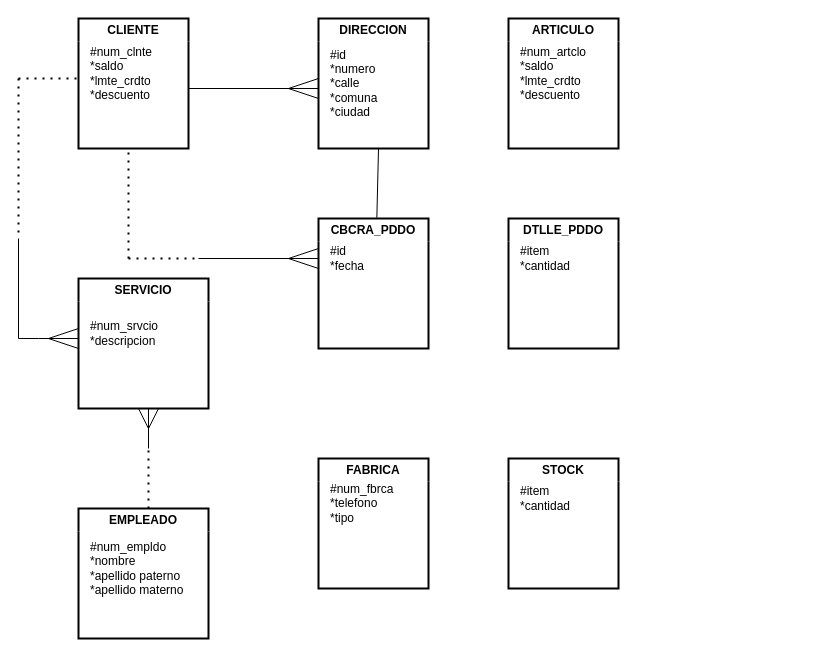
This is page "ej1" (1 of 2) of practica2_ej1.drawio from AlexisEV/diagramas-er, a draw.io file, before an edit. Source tidied: cells renumbered, new cells numbered last; positions are measured from the earlier drawing's top-left corner, leaving out a move shared by most shapes. Both pictures are drawn from the tidied source at 100%, with x=0, y=0 at pixel (18, 18).
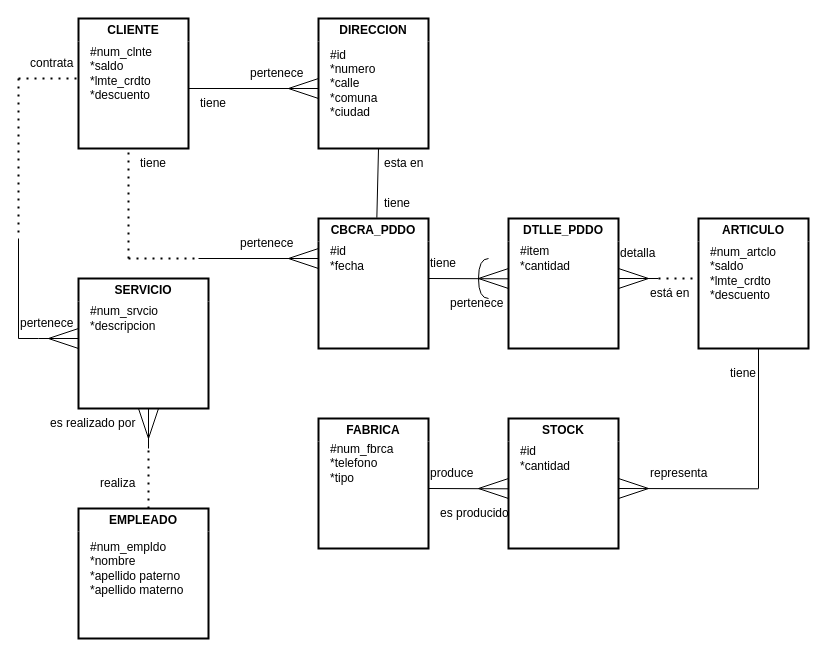
Above is the later version.

Unchanged cells that the change refers to:
```xml
<mxCell id="6" value="SERVICIO" style="swimlane;whiteSpace=wrap;html=1;perimeterSpacing=7;strokeWidth=2;swimlaneLine=0;glass=0;fillColor=none;strokeColor=#000000;" parent="1" vertex="1">
  <mxGeometry x="60" y="260" width="130" height="130" as="geometry" />
</mxCell>
```

What changed in the source:
```diff
@@
     <mxCell id="4" value="ARTICULO" style="swimlane;whiteSpace=wrap;html=1;perimeterSpacing=7;strokeWidth=2;swimlaneLine=0;glass=0;fillColor=none;strokeColor=#000000;" parent="1" vertex="1">
-      <mxGeometry x="490" width="110" height="130" as="geometry" />
+      <mxGeometry x="680" y="200" width="110" height="130" as="geometry" />
     </mxCell>
@@
     <mxCell id="7" value="#num_srvcio&lt;br&gt;*descripcion" style="text;html=1;align=left;verticalAlign=middle;strokeColor=none;fillColor=none;" parent="6" vertex="1">
-      <mxGeometry x="10" y="35" width="90" height="40" as="geometry" />
+      <mxGeometry x="10" y="20" width="90" height="40" as="geometry" />
     </mxCell>
@@
     <mxCell id="14" value="FABRICA" style="swimlane;whiteSpace=wrap;html=1;perimeterSpacing=7;strokeWidth=2;swimlaneLine=0;glass=0;fillColor=none;strokeColor=#000000;" parent="1" vertex="1">
-      <mxGeometry x="300" y="440" width="110" height="130" as="geometry" />
+      <mxGeometry x="300" y="400" width="110" height="130" as="geometry" />
     </mxCell>
@@
     <mxCell id="16" value="STOCK" style="swimlane;whiteSpace=wrap;html=1;perimeterSpacing=7;strokeWidth=2;swimlaneLine=0;glass=0;fillColor=none;strokeColor=#000000;" parent="1" vertex="1">
-      <mxGeometry x="490" y="440" width="110" height="130" as="geometry" />
+      <mxGeometry x="490" y="400" width="110" height="130" as="geometry" />
     </mxCell>
-    <mxCell id="17" value="#item&lt;br&gt;*cantidad" style="text;html=1;align=left;verticalAlign=middle;strokeColor=none;fillColor=none;" parent="16" vertex="1">
+    <mxCell id="17" value="#id&lt;br&gt;*cantidad" style="text;html=1;align=left;verticalAlign=middle;strokeColor=none;fillColor=none;" parent="16" vertex="1">
       <mxGeometry x="10" y="20" width="70" height="40" as="geometry" />
     </mxCell>
@@
     <mxCell id="36" style="endArrow=none;html=1;rounded=0;" parent="1" edge="1">
       <mxGeometry relative="1" as="geometry">
-        <mxPoint x="130" y="410" as="sourcePoint" />
+        <mxPoint x="130" y="420" as="sourcePoint" />
         <mxPoint x="140" y="390" as="targetPoint" />
       </mxGeometry>
     </mxCell>
     <mxCell id="37" style="endArrow=none;html=1;rounded=0;" parent="1" edge="1">
       <mxGeometry relative="1" as="geometry">
-        <mxPoint x="130" y="410" as="sourcePoint" />
+        <mxPoint x="130" y="420" as="sourcePoint" />
         <mxPoint x="120" y="390" as="targetPoint" />
       </mxGeometry>
     </mxCell>
@@
+    <mxCell id="39" style="endArrow=none;html=1;rounded=0;" parent="1" edge="1">
+      <mxGeometry relative="1" as="geometry">
+        <mxPoint x="630" y="260" as="sourcePoint" />
+        <mxPoint x="600" y="250" as="targetPoint" />
+      </mxGeometry>
+    </mxCell>
+    <mxCell id="40" style="endArrow=none;html=1;rounded=0;" parent="1" edge="1">
+      <mxGeometry relative="1" as="geometry">
+        <mxPoint x="600" y="260" as="sourcePoint" />
+        <mxPoint x="640" y="260" as="targetPoint" />
+      </mxGeometry>
+    </mxCell>
+    <mxCell id="41" style="endArrow=none;html=1;rounded=0;" parent="1" edge="1">
+      <mxGeometry relative="1" as="geometry">
+        <mxPoint x="410" y="260" as="sourcePoint" />
+        <mxPoint x="490" y="260.3" as="targetPoint" />
+      </mxGeometry>
+    </mxCell>
+    <mxCell id="42" style="endArrow=none;html=1;rounded=0;" parent="1" edge="1">
+      <mxGeometry relative="1" as="geometry">
+        <mxPoint x="460" y="260" as="sourcePoint" />
+        <mxPoint x="490" y="250" as="targetPoint" />
+      </mxGeometry>
+    </mxCell>
+    <mxCell id="43" style="endArrow=none;html=1;rounded=0;" parent="1" edge="1">
+      <mxGeometry relative="1" as="geometry">
+        <mxPoint x="490" y="270" as="sourcePoint" />
+        <mxPoint x="460" y="260" as="targetPoint" />
+      </mxGeometry>
+    </mxCell>
+    <mxCell id="44" style="endArrow=none;dashed=1;html=1;dashPattern=1 3;strokeWidth=2;rounded=0;" parent="1" edge="1">
+      <mxGeometry relative="1" as="geometry">
+        <mxPoint x="640" y="260" as="sourcePoint" />
+        <mxPoint x="680" y="260" as="targetPoint" />
+      </mxGeometry>
+    </mxCell>
+    <mxCell id="45" style="endArrow=none;html=1;rounded=0;" parent="1" edge="1">
+      <mxGeometry relative="1" as="geometry">
+        <mxPoint x="630" y="260" as="sourcePoint" />
+        <mxPoint x="600" y="270" as="targetPoint" />
+      </mxGeometry>
+    </mxCell>
+    <mxCell id="46" style="endArrow=none;html=1;rounded=0;" parent="1" edge="1">
+      <mxGeometry relative="1" as="geometry">
+        <mxPoint x="740" y="470" as="sourcePoint" />
+        <mxPoint x="740" y="330" as="targetPoint" />
+      </mxGeometry>
+    </mxCell>
+    <mxCell id="47" style="endArrow=none;html=1;rounded=0;" parent="1" edge="1">
+      <mxGeometry relative="1" as="geometry">
+        <mxPoint x="600" y="470" as="sourcePoint" />
+        <mxPoint x="740" y="470.3" as="targetPoint" />
+      </mxGeometry>
+    </mxCell>
+    <mxCell id="48" style="endArrow=none;html=1;rounded=0;" parent="1" edge="1">
+      <mxGeometry relative="1" as="geometry">
+        <mxPoint x="630" y="470" as="sourcePoint" />
+        <mxPoint x="600" y="460" as="targetPoint" />
+      </mxGeometry>
+    </mxCell>
+    <mxCell id="49" style="endArrow=none;html=1;rounded=0;" parent="1" edge="1">
+      <mxGeometry relative="1" as="geometry">
+        <mxPoint x="630" y="470" as="sourcePoint" />
+        <mxPoint x="600" y="480" as="targetPoint" />
+      </mxGeometry>
+    </mxCell>
+    <mxCell id="50" style="endArrow=none;html=1;rounded=0;" parent="1" edge="1">
+      <mxGeometry relative="1" as="geometry">
+        <mxPoint x="490" y="480" as="sourcePoint" />
+        <mxPoint x="460" y="470" as="targetPoint" />
+      </mxGeometry>
+    </mxCell>
+    <mxCell id="51" style="endArrow=none;html=1;rounded=0;" parent="1" edge="1">
+      <mxGeometry relative="1" as="geometry">
+        <mxPoint x="460" y="470" as="sourcePoint" />
+        <mxPoint x="490" y="460" as="targetPoint" />
+      </mxGeometry>
+    </mxCell>
+    <mxCell id="52" style="endArrow=none;html=1;rounded=0;" parent="1" edge="1">
+      <mxGeometry relative="1" as="geometry">
+        <mxPoint x="410" y="470" as="sourcePoint" />
+        <mxPoint x="490" y="470.3" as="targetPoint" />
+      </mxGeometry>
+    </mxCell>
+    <mxCell id="53" style="endArrow=none;html=1;rounded=0;edgeStyle=orthogonalEdgeStyle;curved=1;" parent="1" edge="1">
+      <mxGeometry relative="1" as="geometry">
+        <mxPoint x="470" y="280" as="sourcePoint" />
+        <mxPoint x="470" y="240" as="targetPoint" />
+        <Array as="points">
+          <mxPoint x="460" y="280" />
+          <mxPoint x="460" y="240" />
+        </Array>
+      </mxGeometry>
+    </mxCell>
+    <mxCell id="54" value="tiene" style="text;html=1;align=left;verticalAlign=middle;strokeColor=none;fillColor=none;" parent="1" vertex="1">
+      <mxGeometry x="180" y="70" width="50" height="30" as="geometry" />
+    </mxCell>
+    <mxCell id="55" value="pertenece" style="text;html=1;align=left;verticalAlign=middle;strokeColor=none;fillColor=none;" parent="1" vertex="1">
+      <mxGeometry x="230" y="40" width="80" height="30" as="geometry" />
+    </mxCell>
+    <mxCell id="56" value="contrata" style="text;html=1;align=left;verticalAlign=middle;strokeColor=none;fillColor=none;" parent="1" vertex="1">
+      <mxGeometry x="10" y="30" width="70" height="30" as="geometry" />
+    </mxCell>
+    <mxCell id="57" value="pertenece" style="text;html=1;align=left;verticalAlign=middle;strokeColor=none;fillColor=none;" parent="1" vertex="1">
+      <mxGeometry y="290" width="80" height="30" as="geometry" />
+    </mxCell>
+    <mxCell id="58" value="es realizado por" style="text;html=1;align=left;verticalAlign=middle;strokeColor=none;fillColor=none;" parent="1" vertex="1">
+      <mxGeometry x="30" y="390" width="110" height="30" as="geometry" />
+    </mxCell>
+    <mxCell id="59" value="realiza" style="text;html=1;align=left;verticalAlign=middle;strokeColor=none;fillColor=none;" parent="1" vertex="1">
+      <mxGeometry x="80" y="450" width="60" height="30" as="geometry" />
+    </mxCell>
+    <mxCell id="60" value="tiene" style="text;html=1;align=left;verticalAlign=middle;strokeColor=none;fillColor=none;" parent="1" vertex="1">
+      <mxGeometry x="364" y="170" width="50" height="30" as="geometry" />
+    </mxCell>
+    <mxCell id="61" value="esta en" style="text;html=1;align=left;verticalAlign=middle;strokeColor=none;fillColor=none;" parent="1" vertex="1">
+      <mxGeometry x="364" y="130" width="60" height="30" as="geometry" />
+    </mxCell>
+    <mxCell id="62" value="tiene" style="text;html=1;align=left;verticalAlign=middle;strokeColor=none;fillColor=none;" parent="1" vertex="1">
+      <mxGeometry x="120" y="130" width="50" height="30" as="geometry" />
+    </mxCell>
+    <mxCell id="63" value="pertenece" style="text;html=1;align=left;verticalAlign=middle;strokeColor=none;fillColor=none;" parent="1" vertex="1">
+      <mxGeometry x="220" y="210" width="80" height="30" as="geometry" />
+    </mxCell>
+    <mxCell id="64" value="tiene" style="text;html=1;align=left;verticalAlign=middle;strokeColor=none;fillColor=none;" parent="1" vertex="1">
+      <mxGeometry x="410" y="230" width="50" height="30" as="geometry" />
+    </mxCell>
+    <mxCell id="65" value="pertenece" style="text;html=1;align=left;verticalAlign=middle;strokeColor=none;fillColor=none;" parent="1" vertex="1">
+      <mxGeometry x="430" y="270" width="80" height="30" as="geometry" />
+    </mxCell>
+    <mxCell id="66" value="detalla" style="text;html=1;align=left;verticalAlign=middle;strokeColor=none;fillColor=none;" parent="1" vertex="1">
+      <mxGeometry x="600" y="220" width="60" height="30" as="geometry" />
+    </mxCell>
+    <mxCell id="67" value="está en" style="text;html=1;align=left;verticalAlign=middle;strokeColor=none;fillColor=none;" parent="1" vertex="1">
+      <mxGeometry x="630" y="260" width="60" height="30" as="geometry" />
+    </mxCell>
+    <mxCell id="68" value="tiene" style="text;html=1;align=left;verticalAlign=middle;strokeColor=none;fillColor=none;" parent="1" vertex="1">
+      <mxGeometry x="710" y="340" width="50" height="30" as="geometry" />
+    </mxCell>
+    <mxCell id="69" value="representa" style="text;html=1;align=left;verticalAlign=middle;strokeColor=none;fillColor=none;" parent="1" vertex="1">
+      <mxGeometry x="630" y="440" width="80" height="30" as="geometry" />
+    </mxCell>
+    <mxCell id="70" value="produce" style="text;html=1;align=left;verticalAlign=middle;strokeColor=none;fillColor=none;" parent="1" vertex="1">
+      <mxGeometry x="410" y="440" width="70" height="30" as="geometry" />
+    </mxCell>
+    <mxCell id="71" value="es producido" style="text;html=1;align=left;verticalAlign=middle;strokeColor=none;fillColor=none;" parent="1" vertex="1">
+      <mxGeometry x="420" y="480" width="90" height="30" as="geometry" />
+    </mxCell>
```
